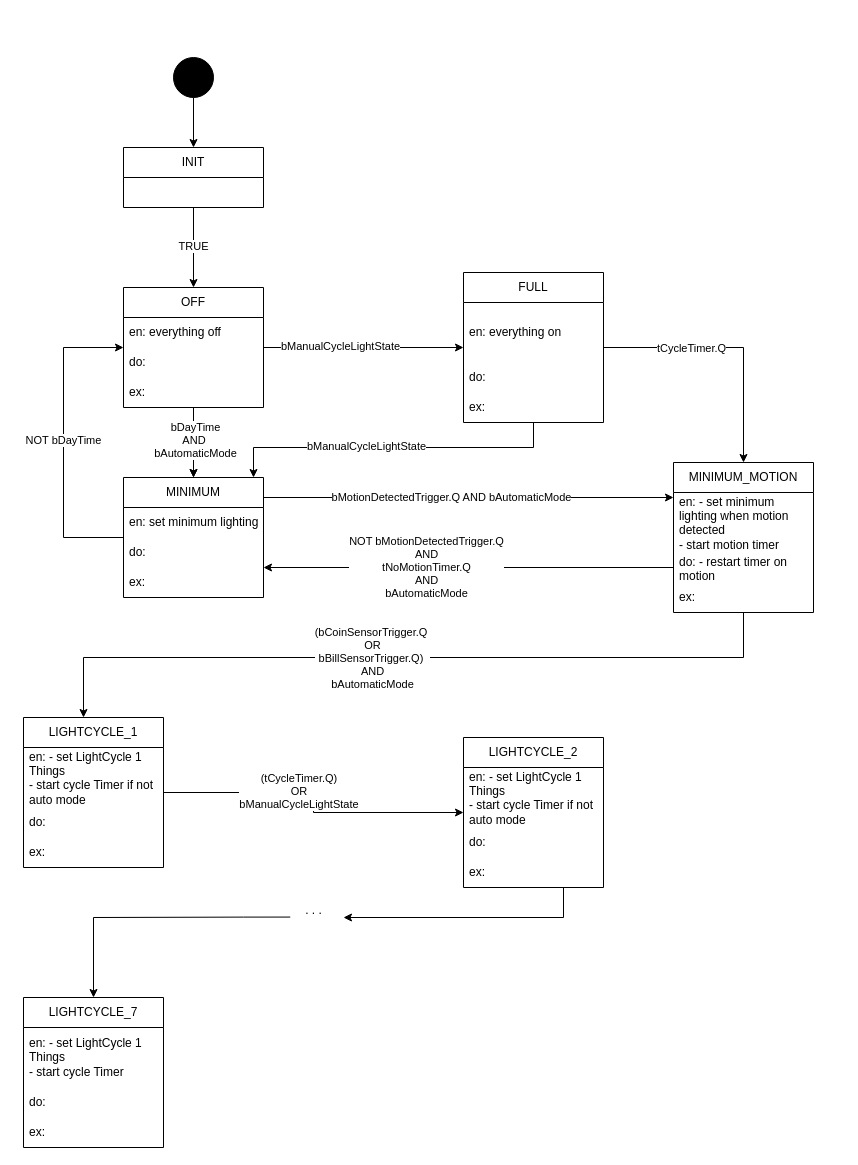
This is diagrams/Lights_StateMachine.drawio from Benemenn/autocrib, a draw.io file, before an edit. Source tidied: cells renumbered, new cells numbered last; positions are measured from the earlier drawing's top-left corner, leaving out a move shared by most shapes. Both pictures are drawn from the tidied source at 100%, with x=0, y=0 at pixel (23, 57).
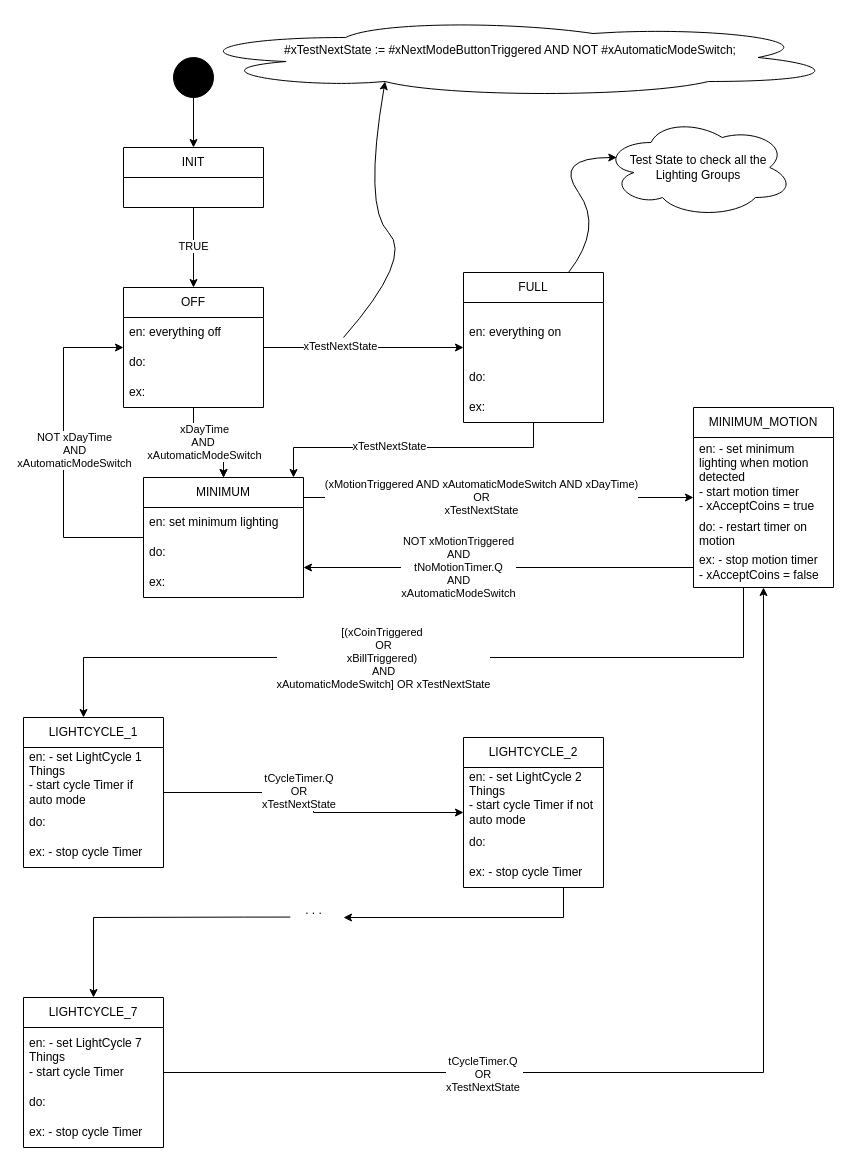
The same page after the edit.

The change refers to these unchanged cells:
```xml
<mxCell id="8" style="edgeStyle=orthogonalEdgeStyle;rounded=0;jettySize=auto;html=1;" parent="1" edge="1" source="12" target="20">
  <mxGeometry relative="1" as="geometry" />
</mxCell>
<mxCell id="10" style="edgeStyle=orthogonalEdgeStyle;rounded=0;jettySize=auto;html=1;" parent="1" edge="1" source="12" target="53">
  <mxGeometry relative="1" as="geometry" />
</mxCell>
<mxCell id="16" style="edgeStyle=orthogonalEdgeStyle;rounded=0;jettySize=auto;html=1;" parent="1" edge="1" source="20" target="12">
  <mxGeometry relative="1" as="geometry">
    <Array as="points">
      <mxPoint x="40" y="480" />
      <mxPoint x="40" y="290" />
    </Array>
  </mxGeometry>
</mxCell>
<mxCell id="18" style="edgeStyle=orthogonalEdgeStyle;rounded=0;jettySize=auto;html=1;" parent="1" edge="1" source="20" target="28">
  <mxGeometry relative="1" as="geometry">
    <Array as="points">
      <mxPoint x="420" y="440" />
      <mxPoint x="420" y="440" />
    </Array>
  </mxGeometry>
</mxCell>
<mxCell id="24" style="edgeStyle=orthogonalEdgeStyle;rounded=0;jettySize=auto;html=1;" parent="1" edge="1" source="28" target="20">
  <mxGeometry relative="1" as="geometry">
    <Array as="points">
      <mxPoint x="420" y="510" />
      <mxPoint x="420" y="510" />
    </Array>
  </mxGeometry>
</mxCell>
<mxCell id="26" style="edgeStyle=orthogonalEdgeStyle;rounded=0;jettySize=auto;html=1;" parent="1" edge="1" source="28" target="34">
  <mxGeometry relative="1" as="geometry">
    <Array as="points">
      <mxPoint x="720" y="600" />
      <mxPoint x="60" y="600" />
    </Array>
  </mxGeometry>
</mxCell>
<mxCell id="32" style="edgeStyle=orthogonalEdgeStyle;rounded=0;jettySize=auto;html=1;" parent="1" edge="1" source="34" target="40">
  <mxGeometry relative="1" as="geometry" />
</mxCell>
<mxCell id="34" value="LIGHTCYCLE_1" style="swimlane;fontStyle=0;horizontal=1;startSize=30;whiteSpace=wrap;html=1;" parent="1" vertex="1">
  <mxGeometry y="660" width="140" height="150" as="geometry" />
</mxCell>
<mxCell id="40" value="LIGHTCYCLE_2" style="swimlane;fontStyle=0;horizontal=1;startSize=30;whiteSpace=wrap;html=1;" parent="1" vertex="1">
  <mxGeometry x="440" y="680" width="140" height="150" as="geometry" />
</mxCell>
<mxCell id="44" value="LIGHTCYCLE_7" style="swimlane;fontStyle=0;horizontal=1;startSize=30;whiteSpace=wrap;html=1;" parent="1" vertex="1">
  <mxGeometry y="940" width="140" height="150" as="geometry" />
</mxCell>
<mxCell id="53" value="FULL" style="swimlane;fontStyle=0;horizontal=1;startSize=30;whiteSpace=wrap;html=1;" parent="1" vertex="1">
  <mxGeometry x="440" y="215" width="140" height="150" as="geometry" />
</mxCell>
```

Diff of the diagram source:
```diff
@@
-    <mxCell id="9" value="bDayTime&lt;div&gt;AND&amp;nbsp;&lt;/div&gt;&lt;div&gt;bAutomaticMode&lt;/div&gt;" style="edgeLabel;html=1;align=center;verticalAlign=middle;" parent="8" vertex="1">
+    <mxCell id="9" value="xDayTime&lt;div&gt;AND&amp;nbsp;&lt;/div&gt;&lt;div&gt;xAutomaticModeSwitch&lt;/div&gt;" style="edgeLabel;html=1;align=center;verticalAlign=middle;" parent="8" vertex="1">
       <mxGeometry x="-0.1" y="1" relative="1" as="geometry" />
     </mxCell>
@@
-    <mxCell id="11" value="bManualCycleLightState" style="edgeLabel;html=1;align=center;verticalAlign=middle;" parent="10" vertex="1">
+    <mxCell id="11" value="xTestNextState" style="edgeLabel;html=1;align=center;verticalAlign=middle;" parent="10" vertex="1">
       <mxGeometry x="-0.23" y="2" relative="1" as="geometry">
         <mxPoint x="-1" as="offset" />
       </mxGeometry>
     </mxCell>
@@
-    <mxCell id="17" value="NOT bDayTime" style="edgeLabel;html=1;align=center;verticalAlign=middle;" parent="16" vertex="1">
-      <mxGeometry x="0.02" y="1" relative="1" as="geometry" />
+    <mxCell id="17" value="NOT xDayTime&lt;br&gt;AND&lt;br&gt;xAutomaticModeSwitch" style="edgeLabel;html=1;align=center;verticalAlign=middle;" parent="16" vertex="1">
+      <mxGeometry x="0.02" y="1" relative="1" as="geometry">
+        <mxPoint x="11" as="offset" />
+      </mxGeometry>
     </mxCell>
@@
-    <mxCell id="19" value="bMotionDetectedTrigger.Q AND bAutomaticMode" style="edgeLabel;html=1;align=center;verticalAlign=middle;" parent="18" vertex="1">
+    <mxCell id="19" value="(xMotionTriggered AND xAutomaticModeSwitch AND xDayTime)&lt;br&gt;OR&lt;br&gt;xTestNextState" style="edgeLabel;html=1;align=center;verticalAlign=middle;" parent="18" vertex="1">
       <mxGeometry x="-0.09" y="2" relative="1" as="geometry">
         <mxPoint y="1" as="offset" />
       </mxGeometry>
     </mxCell>
     <mxCell id="20" value="MINIMUM" style="swimlane;fontStyle=0;horizontal=1;startSize=30;whiteSpace=wrap;html=1;" parent="1" vertex="1">
-      <mxGeometry x="100" y="420" width="140" height="120" as="geometry" />
+      <mxGeometry x="120" y="420" width="160" height="120" as="geometry" />
     </mxCell>
     <mxCell id="21" value="en: set minimum lighting" style="text;strokeColor=none;fillColor=none;align=left;verticalAlign=middle;spacingLeft=4;spacingRight=4;overflow=hidden;whiteSpace=wrap;html=1;" parent="20" vertex="1">
-      <mxGeometry y="30" width="140" height="30" as="geometry" />
+      <mxGeometry y="30" width="160" height="30" as="geometry" />
     </mxCell>
     <mxCell id="22" value="do:" style="text;strokeColor=none;fillColor=none;align=left;verticalAlign=middle;spacingLeft=4;spacingRight=4;overflow=hidden;whiteSpace=wrap;html=1;" parent="20" vertex="1">
-      <mxGeometry y="60" width="140" height="30" as="geometry" />
+      <mxGeometry y="60" width="160" height="30" as="geometry" />
     </mxCell>
     <mxCell id="23" value="ex:" style="text;strokeColor=none;fillColor=none;align=left;verticalAlign=middle;spacingLeft=4;spacingRight=4;overflow=hidden;whiteSpace=wrap;html=1;" parent="20" vertex="1">
-      <mxGeometry y="90" width="140" height="30" as="geometry" />
+      <mxGeometry y="90" width="160" height="30" as="geometry" />
     </mxCell>
@@
-    <mxCell id="25" value="NOT bMotionDetectedTrigger.Q&lt;div&gt;AND&lt;/div&gt;&lt;div&gt;tNoMotionTimer.Q&lt;/div&gt;&lt;div&gt;AND&lt;/div&gt;&lt;div&gt;bAutomaticMode&lt;/div&gt;" style="edgeLabel;html=1;align=center;verticalAlign=middle;" parent="24" vertex="1">
+    <mxCell id="25" value="NOT xMotionTriggered&lt;div&gt;AND&lt;/div&gt;&lt;div&gt;tNoMotionTimer.Q&lt;/div&gt;&lt;div&gt;AND&lt;/div&gt;&lt;div&gt;xAutomaticModeSwitch&lt;br&gt;&lt;/div&gt;" style="edgeLabel;html=1;align=center;verticalAlign=middle;" parent="24" vertex="1">
       <mxGeometry x="0.21" y="-1" relative="1" as="geometry" />
     </mxCell>
@@
-    <mxCell id="27" value="(bCoinSensorTrigger.Q&amp;nbsp;&lt;div&gt;OR&lt;/div&gt;&lt;div&gt;bBillSensorTrigger.Q)&amp;nbsp;&lt;/div&gt;&lt;div&gt;AND&lt;/div&gt;&lt;div&gt;bAutomaticMode&lt;/div&gt;" style="edgeLabel;html=1;align=center;verticalAlign=middle;" parent="26" vertex="1">
+    <mxCell id="27" value="[(xCoinTriggered&amp;nbsp;&lt;div&gt;OR&lt;/div&gt;&lt;div&gt;xBillTriggered)&amp;nbsp;&lt;/div&gt;&lt;div&gt;AND&lt;/div&gt;&lt;div&gt;xAutomaticModeSwitch] OR xTestNextState&lt;br&gt;&lt;/div&gt;" style="edgeLabel;html=1;align=center;verticalAlign=middle;" parent="26" vertex="1">
       <mxGeometry x="0.09" relative="1" as="geometry" />
     </mxCell>
     <mxCell id="28" value="MINIMUM_MOTION" style="swimlane;fontStyle=0;horizontal=1;startSize=30;whiteSpace=wrap;html=1;" parent="1" vertex="1">
-      <mxGeometry x="650" y="405" width="140" height="150" as="geometry" />
+      <mxGeometry x="670" y="350" width="140" height="180" as="geometry" />
     </mxCell>
-    <mxCell id="29" value="en: - set minimum lighting when motion detected&lt;div&gt;- start motion timer&lt;/div&gt;" style="text;strokeColor=none;fillColor=none;align=left;verticalAlign=middle;spacingLeft=4;spacingRight=4;overflow=hidden;whiteSpace=wrap;html=1;" parent="28" vertex="1">
-      <mxGeometry y="30" width="140" height="60" as="geometry" />
+    <mxCell id="29" value="en: - set minimum lighting when motion detected&lt;div&gt;- start motion timer&lt;/div&gt;&lt;div&gt;- xAcceptCoins = true&lt;/div&gt;" style="text;strokeColor=none;fillColor=none;align=left;verticalAlign=middle;spacingLeft=4;spacingRight=4;overflow=hidden;whiteSpace=wrap;html=1;" parent="28" vertex="1">
+      <mxGeometry y="30" width="140" height="80" as="geometry" />
     </mxCell>
     <mxCell id="30" value="do: - restart timer on motion" style="text;strokeColor=none;fillColor=none;align=left;verticalAlign=middle;spacingLeft=4;spacingRight=4;overflow=hidden;whiteSpace=wrap;html=1;" parent="28" vertex="1">
-      <mxGeometry y="90" width="140" height="30" as="geometry" />
+      <mxGeometry y="110" width="140" height="30" as="geometry" />
     </mxCell>
-    <mxCell id="31" value="ex:" style="text;strokeColor=none;fillColor=none;align=left;verticalAlign=middle;spacingLeft=4;spacingRight=4;overflow=hidden;whiteSpace=wrap;html=1;" parent="28" vertex="1">
-      <mxGeometry y="120" width="140" height="30" as="geometry" />
+    <mxCell id="31" value="ex: - stop motion timer&lt;div&gt;- xAcceptCoins = false&lt;/div&gt;" style="text;strokeColor=none;fillColor=none;align=left;verticalAlign=middle;spacingLeft=4;spacingRight=4;overflow=hidden;whiteSpace=wrap;html=1;" parent="28" vertex="1">
+      <mxGeometry y="140" width="140" height="40" as="geometry" />
     </mxCell>
@@
-    <mxCell id="33" value="(tCycleTimer.Q)&amp;nbsp;&lt;div&gt;OR&amp;nbsp;&lt;/div&gt;&lt;div&gt;bManualCycleLightState&amp;nbsp;&lt;/div&gt;" style="edgeLabel;html=1;align=center;verticalAlign=middle;" parent="32" vertex="1">
+    <mxCell id="33" value="tCycleTimer.Q&amp;nbsp;&lt;div&gt;OR&amp;nbsp;&lt;/div&gt;&lt;div&gt;xTestNextState&amp;nbsp;&lt;/div&gt;" style="edgeLabel;html=1;align=center;verticalAlign=middle;" parent="32" vertex="1">
       <mxGeometry x="-0.15" y="2" relative="1" as="geometry" />
     </mxCell>
@@
-    <mxCell id="35" value="en: - set LightCycle 1 Things&lt;div&gt;- start cycle Timer if not auto mode&lt;/div&gt;" style="text;strokeColor=none;fillColor=none;align=left;verticalAlign=middle;spacingLeft=4;spacingRight=4;overflow=hidden;whiteSpace=wrap;html=1;" parent="34" vertex="1">
+    <mxCell id="35" value="en: - set LightCycle 1 Things&lt;div&gt;- start cycle Timer if auto mode&lt;/div&gt;" style="text;strokeColor=none;fillColor=none;align=left;verticalAlign=middle;spacingLeft=4;spacingRight=4;overflow=hidden;whiteSpace=wrap;html=1;" parent="34" vertex="1">
       <mxGeometry y="30" width="140" height="60" as="geometry" />
     </mxCell>
@@
-    <mxCell id="37" value="ex:" style="text;strokeColor=none;fillColor=none;align=left;verticalAlign=middle;spacingLeft=4;spacingRight=4;overflow=hidden;whiteSpace=wrap;html=1;" parent="34" vertex="1">
+    <mxCell id="37" value="ex: - stop cycle Timer" style="text;strokeColor=none;fillColor=none;align=left;verticalAlign=middle;spacingLeft=4;spacingRight=4;overflow=hidden;whiteSpace=wrap;html=1;" parent="34" vertex="1">
       <mxGeometry y="120" width="140" height="30" as="geometry" />
     </mxCell>
@@
-    <mxCell id="41" value="en: - set LightCycle 1 Things&lt;div&gt;- start cycle Timer if not auto mode&lt;/div&gt;" style="text;strokeColor=none;fillColor=none;align=left;verticalAlign=middle;spacingLeft=4;spacingRight=4;overflow=hidden;whiteSpace=wrap;html=1;" parent="40" vertex="1">
+    <mxCell id="41" value="en: - set LightCycle 2 Things&lt;div&gt;- start cycle Timer if not auto mode&lt;/div&gt;" style="text;strokeColor=none;fillColor=none;align=left;verticalAlign=middle;spacingLeft=4;spacingRight=4;overflow=hidden;whiteSpace=wrap;html=1;" parent="40" vertex="1">
       <mxGeometry y="30" width="140" height="60" as="geometry" />
     </mxCell>
@@
-    <mxCell id="43" value="ex:" style="text;strokeColor=none;fillColor=none;align=left;verticalAlign=middle;spacingLeft=4;spacingRight=4;overflow=hidden;whiteSpace=wrap;html=1;" parent="40" vertex="1">
+    <mxCell id="43" value="ex: - stop cycle Timer" style="text;strokeColor=none;fillColor=none;align=left;verticalAlign=middle;spacingLeft=4;spacingRight=4;overflow=hidden;whiteSpace=wrap;html=1;" parent="40" vertex="1">
       <mxGeometry y="120" width="140" height="30" as="geometry" />
     </mxCell>
+    <mxCell id="57" style="edgeStyle=orthogonalEdgeStyle;rounded=0;jettySize=auto;html=1;" parent="1" edge="1" source="44" target="28">
+      <mxGeometry relative="1" as="geometry" />
+    </mxCell>
+    <mxCell id="58" value="tCycleTimer.Q&amp;nbsp;&lt;div&gt;OR&amp;nbsp;&lt;/div&gt;&lt;div&gt;xTestNextState&amp;nbsp;&lt;/div&gt;" style="edgeLabel;html=1;align=center;verticalAlign=middle;" parent="57" vertex="1">
+      <mxGeometry x="-0.41" relative="1" as="geometry">
+        <mxPoint y="1" as="offset" />
+      </mxGeometry>
+    </mxCell>
@@
-    <mxCell id="45" value="en: - set LightCycle 1 Things&lt;div&gt;- start cycle Timer&lt;/div&gt;" style="text;strokeColor=none;fillColor=none;align=left;verticalAlign=middle;spacingLeft=4;spacingRight=4;overflow=hidden;whiteSpace=wrap;html=1;" parent="44" vertex="1">
+    <mxCell id="45" value="en: - set LightCycle 7 Things&lt;div&gt;- start cycle Timer&lt;/div&gt;" style="text;strokeColor=none;fillColor=none;align=left;verticalAlign=middle;spacingLeft=4;spacingRight=4;overflow=hidden;whiteSpace=wrap;html=1;" parent="44" vertex="1">
       <mxGeometry y="30" width="140" height="60" as="geometry" />
     </mxCell>
@@
-    <mxCell id="47" value="ex:" style="text;strokeColor=none;fillColor=none;align=left;verticalAlign=middle;spacingLeft=4;spacingRight=4;overflow=hidden;whiteSpace=wrap;html=1;" parent="44" vertex="1">
+    <mxCell id="47" value="ex: - stop cycle Timer" style="text;strokeColor=none;fillColor=none;align=left;verticalAlign=middle;spacingLeft=4;spacingRight=4;overflow=hidden;whiteSpace=wrap;html=1;" parent="44" vertex="1">
       <mxGeometry y="120" width="140" height="30" as="geometry" />
     </mxCell>
@@
     <mxCell id="49" style="edgeStyle=orthogonalEdgeStyle;rounded=0;jettySize=auto;html=1;" parent="1" edge="1" source="53" target="20">
       <mxGeometry relative="1" as="geometry">
         <Array as="points">
           <mxPoint x="510" y="390" />
-          <mxPoint x="230" y="390" />
+          <mxPoint x="270" y="390" />
         </Array>
       </mxGeometry>
     </mxCell>
-    <mxCell id="50" value="bManualCycleLightState" style="edgeLabel;html=1;align=center;verticalAlign=middle;" parent="49" vertex="1">
+    <mxCell id="50" value="xTestNextState" style="edgeLabel;html=1;align=center;verticalAlign=middle;" parent="49" vertex="1">
       <mxGeometry x="0.15" y="-2" relative="1" as="geometry" />
     </mxCell>
-    <mxCell id="51" style="edgeStyle=orthogonalEdgeStyle;rounded=0;jettySize=auto;html=1;" parent="1" edge="1" source="53" target="28">
-      <mxGeometry relative="1" as="geometry" />
-    </mxCell>
-    <mxCell id="52" value="tCycleTimer.Q" style="edgeLabel;html=1;align=center;verticalAlign=middle;" parent="51" vertex="1">
-      <mxGeometry x="-0.31" relative="1" as="geometry">
-        <mxPoint x="-1" as="offset" />
-      </mxGeometry>
-    </mxCell>
@@
+    <mxCell id="59" value="Test State to check all the&lt;br&gt;Lighting Groups" style="ellipse;shape=cloud;whiteSpace=wrap;html=1;" parent="1" vertex="1">
+      <mxGeometry x="580" y="60" width="190" height="100" as="geometry" />
+    </mxCell>
+    <mxCell id="60" style="curved=1;endArrow=classic;html=1;rounded=0;entryX=0.07;entryY=0.4;entryDx=0;entryDy=0;entryPerimeter=0;exitX=0.75;exitY=0;exitDx=0;exitDy=0;" parent="1" edge="1" source="53" target="59">
+      <mxGeometry relative="1" as="geometry">
+        <Array as="points">
+          <mxPoint x="580" y="170" />
+          <mxPoint x="530" y="100" />
+        </Array>
+      </mxGeometry>
+    </mxCell>
+    <mxCell id="61" value="&lt;div&gt;#xTestNextState := #xNextModeButtonTriggered AND NOT #xAutomaticModeSwitch;&lt;/div&gt;&lt;div&gt;&lt;br&gt;&lt;/div&gt;" style="ellipse;shape=cloud;whiteSpace=wrap;html=1;" parent="1" vertex="1">
+      <mxGeometry x="157" y="-40" width="660" height="80" as="geometry" />
+    </mxCell>
+    <mxCell id="62" style="curved=1;endArrow=classic;html=1;rounded=0;entryX=0.31;entryY=0.8;entryDx=0;entryDy=0;entryPerimeter=0;" parent="1" edge="1" target="61">
+      <mxGeometry relative="1" as="geometry">
+        <mxPoint x="320" y="280" as="sourcePoint" />
+        <Array as="points">
+          <mxPoint x="390" y="200" />
+          <mxPoint x="340" y="150" />
+        </Array>
+      </mxGeometry>
+    </mxCell>
```
